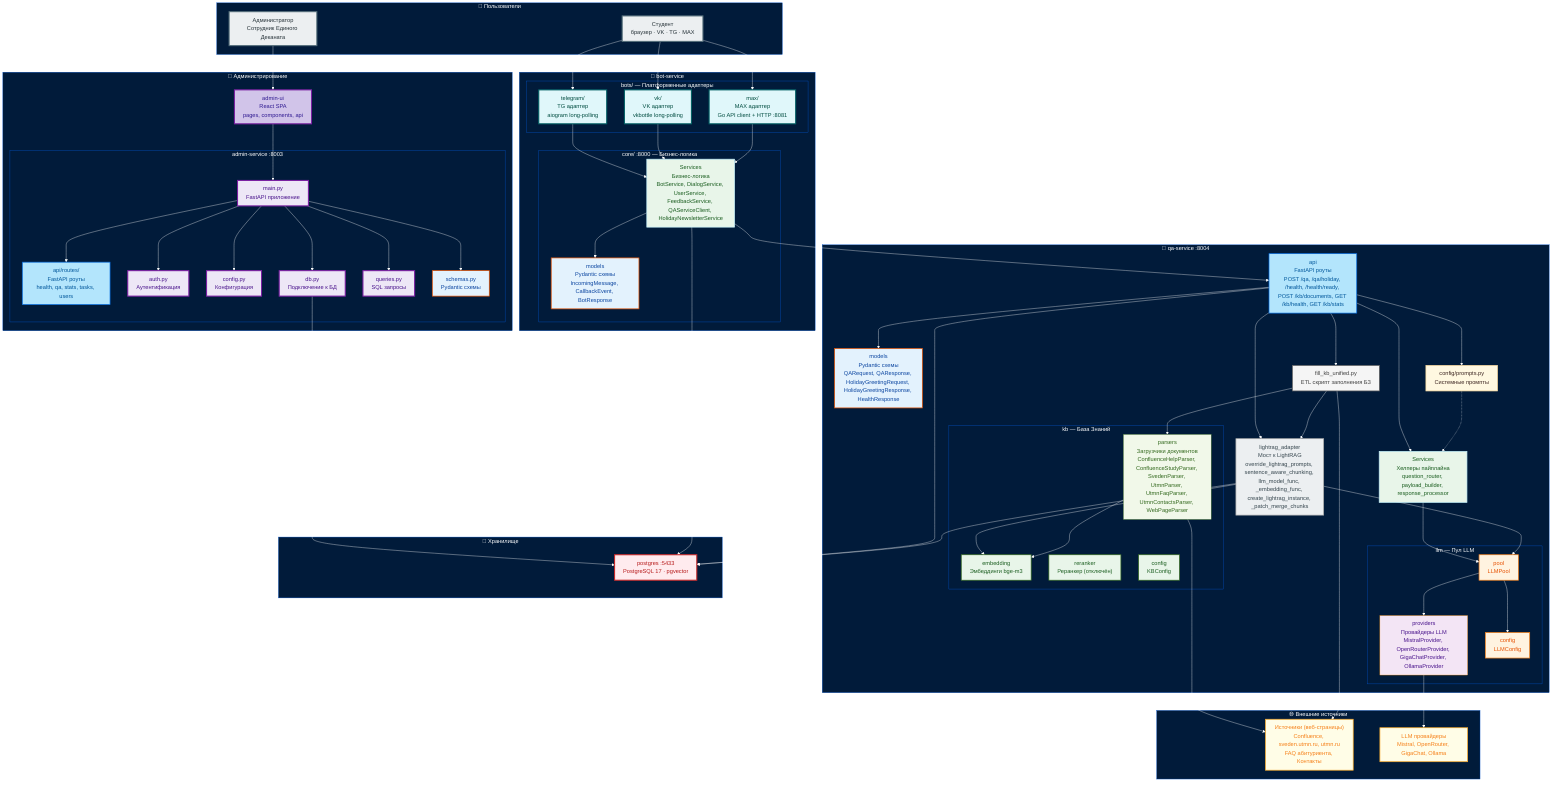
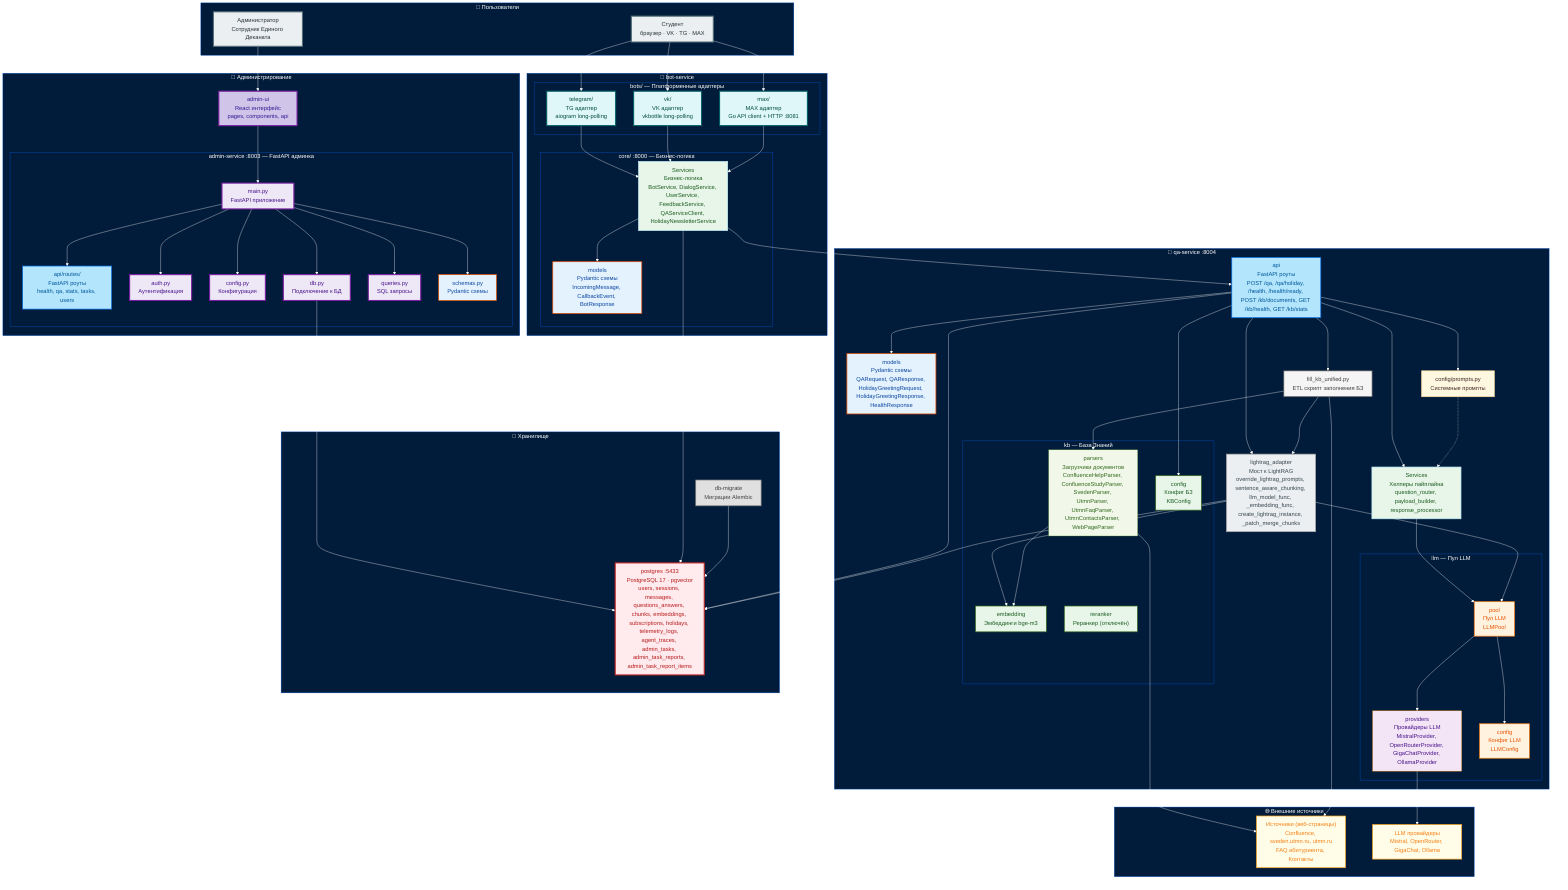
%%{
  init: {
    'theme': 'base',
    'themeVariables': {
      'background': '#011B3A',
      'primaryColor': '#032B50',
      'primaryTextColor': '#FFFFFF',
      'primaryBorderColor': '#046CE0',
      'lineColor': '#FFFFFF',
      'secondaryColor': '#021E39',
      'tertiaryColor': '#021E39',
      'clusterBkg': '#011B3A',
      'clusterBorder': '#0357D2',
      'nodeBorder': '#046CE0',
      'nodeTextColor': '#FFFFFF',
      'edgeLabelBackground': '#032B50',
      'edgeLabelColor': '#FFFFFF',
      'titleColor': '#FFFFFF'
    },
    'flowchart': {
      'htmlLabels': true,
      'curve': 'basis',
      'padding': 12
    }
  }
}%%

flowchart TB
    %% Styles
    classDef admin fill:#EDE7F6,stroke:#7B1FA2,stroke-width:3px,color:#4A148C
    classDef ui fill:#D1C4E9,stroke:#7B1FA2,stroke-width:3px,color:#311B92
    classDef adapt fill:#E0F7FA,stroke:#006064,stroke-width:3px,color:#004D40
    classDef core fill:#B3E5FC,stroke:#0277BD,stroke-width:3px,color:#01579B
    classDef services fill:#E8F5E9,stroke:#C4F1FB,stroke-width:2px,color:#1B5E20
    classDef api fill:#B3E5FC,stroke:#046CE0,stroke-width:2px,color:#01579B
    classDef models fill:#E3F2FD,stroke:#E65100,stroke-width:2px,color:#0D47A1
    classDef parser fill:#F1F8E9,stroke:#558B2F,stroke-width:1px,color:#33691E
    classDef kb fill:#E8F5E9,stroke:#33691E,stroke-width:2px,color:#1B5E20
    classDef llm fill:#FFF3E0,stroke:#F57F17,stroke-width:2px,color:#E65100
    classDef provider fill:#F3E5F5,stroke:#FF8F00,stroke-width:1px,color:#4A148C
    classDef infra fill:#ECEFF1,stroke:#AAAAAA,stroke-width:2px,color:#37474F
    classDef prompt fill:#FFF8E1,stroke:#FFDE9F,stroke-width:2px,color:#3E2723
    classDef script fill:#F5F5F5,stroke:#616161,stroke-width:2px,color:#424242
    classDef external fill:#FFFDE7,stroke:#F9A825,stroke-width:2px,color:#F57F17
    classDef client fill:#ECEFF1,stroke:#546E7A,stroke-width:3px,color:#263238
    classDef storage fill:#FFEBEE,stroke:#C62828,stroke-width:3px,color:#B71C1C
+     classDef migrate fill:#E0E0E0,stroke:#757575,stroke-width:2px,color:#424242

    %% ==============================
    %% ПОЛЬЗОВАТЕЛИ
    %% ==============================
    subgraph Users["👤 Пользователи"]
        STUDENT["Студент<br/>браузер · VK · TG · MAX"]:::client
        ADMIN["Администратор<br/>Сотрудник Единого Деканата"]:::client
    end

    %% ==============================
    %% ADMIN
    %% ==============================
    subgraph Admin["🐳 Администрирование"]
-         ADM_UI["admin-ui<br/>React SPA<br/>pages, components, api"]:::ui
+         ADM_UI["admin-ui<br/>React интерфейс<br/>pages, components, api"]:::ui

-         subgraph AdmSvc["admin-service :8003"]
+         subgraph AdmSvc["admin-service :8003 — FastAPI админка"]
+             ADM_MAIN["main.py<br/>FastAPI приложение"]:::admin
            ADM_ROUTES["api/routes/<br/>FastAPI роуты<br/>health, qa, stats, tasks, users"]:::api
            ADM_AUTH["auth.py<br/>Аутентификация"]:::admin
            ADM_CONFIG["config.py<br/>Конфигурация"]:::admin
            ADM_DB["db.py<br/>Подключение к БД"]:::admin
-             ADM_MAIN["main.py<br/>FastAPI приложение"]:::admin
            ADM_QUERIES["queries.py<br/>SQL запросы"]:::admin
            ADM_SCHEMAS["schemas.py<br/>Pydantic схемы"]:::models
        end
    end

    %% ==============================
    %% BOT-SERVICE
    %% ==============================
    subgraph BotService["🐳 bot-service"]
        subgraph Adapters["bots/ — Платформенные адаптеры"]
            TG["telegram/<br/>TG адаптер<br/>aiogram long-polling"]:::adapt
            VK["vk/<br/>VK адаптер<br/>vkbottle long-polling"]:::adapt
            MX["max/<br/>MAX адаптер<br/>Go API client + HTTP :8081"]:::adapt
        end

        subgraph BotCore["core/ :8000 — Бизнес-логика"]
            CORE_MODELS["models<br/>Pydantic схемы<br/>IncomingMessage, CallbackEvent, BotResponse"]:::models
            CORE_SRV["Services<br/>Бизнес-логика<br/>BotService, DialogService, UserService, FeedbackService, QAServiceClient, HolidayNewsletterService"]:::services
        end
    end

    %% ==============================
    %% QA-SERVICE
    %% ==============================
    subgraph QAService["🐳 qa-service :8004"]
        QA_API["api<br/>FastAPI роуты<br/>POST /qa, /qa/holiday, /health, /health/ready, POST /kb/documents, GET /kb/health, GET /kb/stats"]:::api

        QA_SRV["Services<br/>Хелперы пайплайна<br/>question_router, payload_builder, response_processor"]:::services

        QA_MODELS["models<br/>Pydantic схемы<br/>QARequest, QAResponse, HolidayGreetingRequest, HolidayGreetingResponse, HealthResponse"]:::models

        subgraph QA_KB["kb — База Знаний"]
            KB_PARSERS["parsers<br/>Загрузчики документов<br/>ConfluenceHelpParser, ConfluenceStudyParser, SvedenParser, UtmnParser, UtmnFaqParser, UtmnContactsParser, WebPageParser"]:::parser
            KB_EMB["embedding<br/>Эмбеддинги bge-m3"]:::kb
            KB_RR["reranker<br/>Реранкер (отключён)"]:::kb
-             KB_CFG["config<br/>KBConfig"]:::kb
+             KB_CFG["config<br/>Конфиг БЗ<br/>KBConfig"]:::kb
        end

        subgraph QA_LLM["llm — Пул LLM"]
            LLM_PROV["providers<br/>Провайдеры LLM<br/>MistralProvider, OpenRouterProvider, GigaChatProvider, OllamaProvider"]:::provider
-             LLM_CFG["config<br/>LLMConfig"]:::llm
-             LLM_POOL["pool<br/>LLMPool"]:::llm
+             LLM_CFG["config<br/>Конфиг LLM<br/>LLMConfig"]:::llm
+             LLM_POOL["pool<br/>Пул LLM<br/>LLMPool"]:::llm
        end

        LA["lightrag_adapter<br/>Мост к LightRAG<br/>override_lightrag_prompts, sentence_aware_chunking, llm_model_func, _embedding_func, create_lightrag_instance, _patch_merge_chunks"]:::infra

        FILL["fill_kb_unified.py<br/>ETL скрипт заполнения БЗ"]:::script

        PROMPTS["config/prompts.py<br/>Системные промпты"]:::prompt
    end

    %% ==============================
    %% ХРАНИЛИЩЕ
    %% ==============================
    subgraph Storage["💾 Хранилище"]
-         DB["postgres :5433<br/>PostgreSQL 17 · pgvector"]:::storage
+         DB["postgres :5433<br/>PostgreSQL 17 · pgvector<br/>users, sessions, messages, questions_answers, chunks, embeddings, subscriptions, holidays, telemetry_logs, agent_traces, admin_tasks, admin_task_reports, admin_task_report_items"]:::storage
+         DBM["db-migrate<br/>Миграции Alembic"]:::migrate
    end

    %% ==============================
    %% ВНЕШНИЕ ИСТОЧНИКИ
    %% ==============================
    subgraph External["🌐 Внешние источники"]
        EXTSRC["Источники (веб-страницы)<br/>Confluence, sveden.utmn.ru, utmn.ru<br/>FAQ абитуриента, Контакты"]:::external
        LLM_EXT["LLM провайдеры<br/>Mistral, OpenRouter, GigaChat, Ollama"]:::external
    end

    %% ==============================
    %% СВЯЗИ
    %% ==============================
    ADMIN --> ADM_UI
    ADM_UI --> ADM_MAIN
    ADM_MAIN --> ADM_AUTH
    ADM_MAIN --> ADM_CONFIG
    ADM_MAIN --> ADM_DB
    ADM_MAIN --> ADM_ROUTES
    ADM_MAIN --> ADM_QUERIES
    ADM_MAIN --> ADM_SCHEMAS
    ADM_DB --> DB

    STUDENT --> TG
    STUDENT --> VK
    STUDENT --> MX

    TG --> CORE_SRV
    VK --> CORE_SRV
    MX --> CORE_SRV
    CORE_SRV --> CORE_MODELS
    CORE_SRV --> DB

    CORE_SRV --> QA_API

    QA_API --> QA_SRV
    QA_API --> QA_MODELS
    QA_API --> PROMPTS
    QA_API --> LA
    QA_API --> FILL
+     QA_API --> KB_CFG
    QA_API --> DB

    QA_SRV --> LLM_POOL
    PROMPTS -.-> QA_SRV
    LA --> LLM_POOL
    LA --> KB_EMB
    LA --> DB

    FILL --> KB_PARSERS
    FILL --> LA
    KB_PARSERS --> KB_EMB

    LLM_POOL --> LLM_PROV
    LLM_POOL --> LLM_CFG

    KB_PARSERS --> EXTSRC
    LLM_PROV --> LLM_EXT
    FILL --> EXTSRC
+ 
+     DBM --> DB
